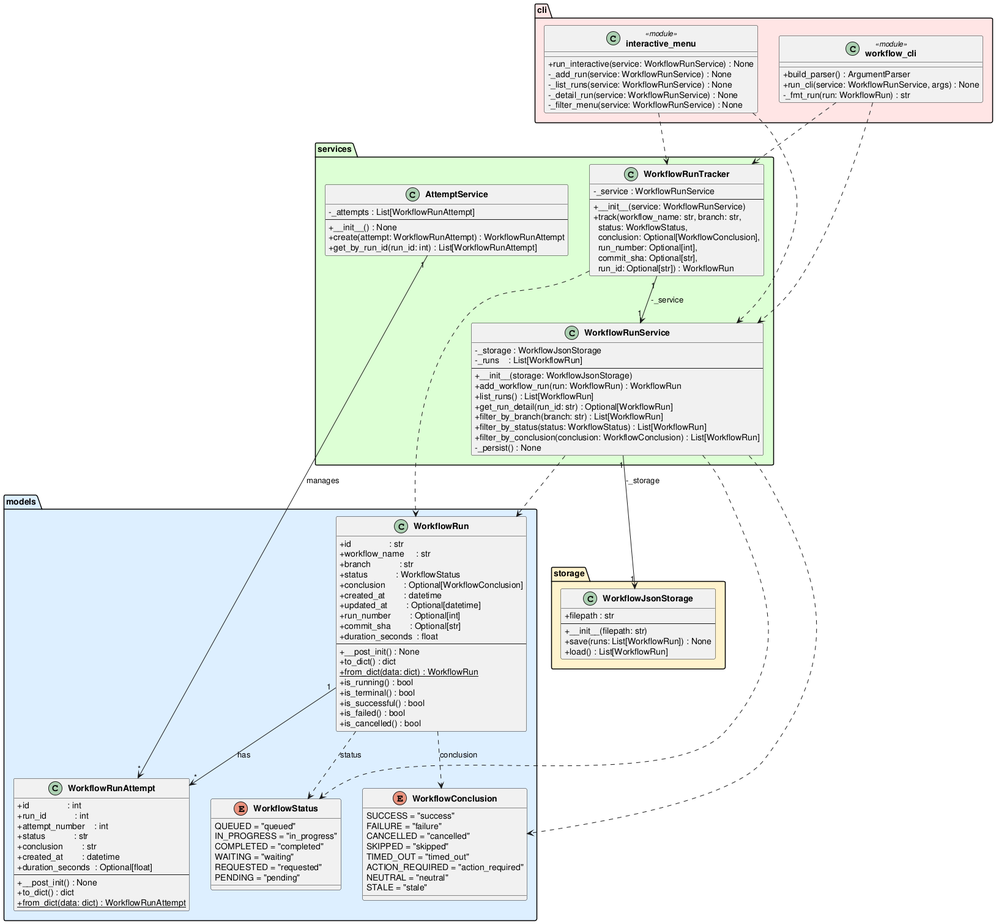
DanielRiha8906/Software_autoevolution_using_agents keeps this PlantUML diagram as experiments/pipeline/test_driven/github-workflow-manager/artifacts/class_diagram.png. Above is the earlier version.
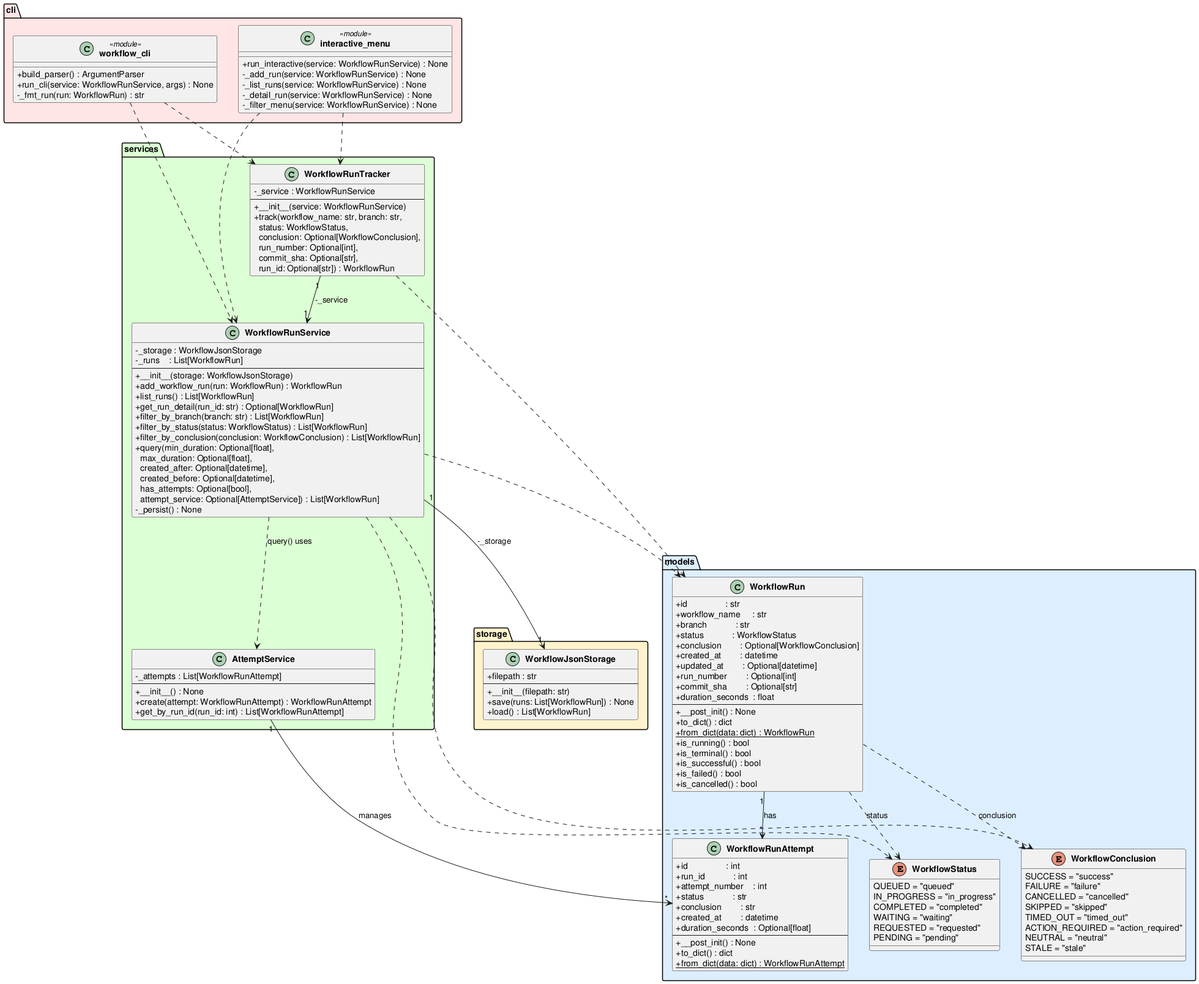
Later version of the same file.

Diff of the diagram source:
```diff
@@ -83,6 +83,7 @@
         +filter_by_branch(branch: str) : List[WorkflowRun]
         +filter_by_status(status: WorkflowStatus) : List[WorkflowRun]
         +filter_by_conclusion(conclusion: WorkflowConclusion) : List[WorkflowRun]
+        +query(min_duration: Optional[float],\n  max_duration: Optional[float],\n  created_after: Optional[datetime],\n  created_before: Optional[datetime],\n  has_attempts: Optional[bool],\n  attempt_service: Optional[AttemptService]) : List[WorkflowRun]
         -_persist() : None
     }
 
@@ -125,6 +126,7 @@
 WorkflowRunService         ..>  WorkflowRun
 WorkflowRunService         ..>  WorkflowStatus
 WorkflowRunService         ..>  WorkflowConclusion
+WorkflowRunService         ..>  AttemptService : query() uses
 WorkflowRunTracker    "1" --> "1" WorkflowRunService  : -_service
 WorkflowRunTracker         ..>  WorkflowRun
 AttemptService       "1" --> "*" WorkflowRunAttempt : manages
```
